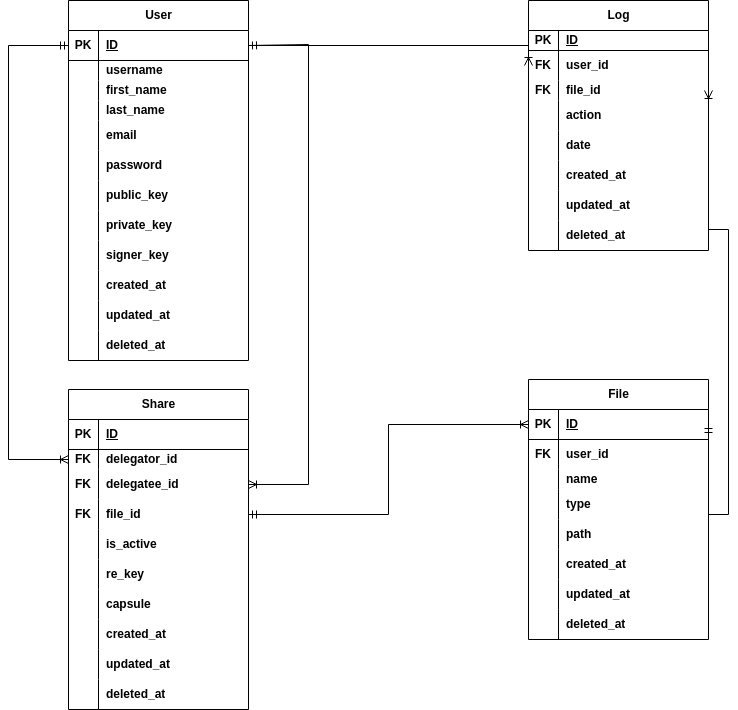
The draw.io diagram Figures/database.drawio.png in myagmartseren/pre_report, before a commit. Source tidied: cells renumbered, new cells last; positions are measured from the earlier drawing's top-left corner, leaving out a move shared by most shapes.
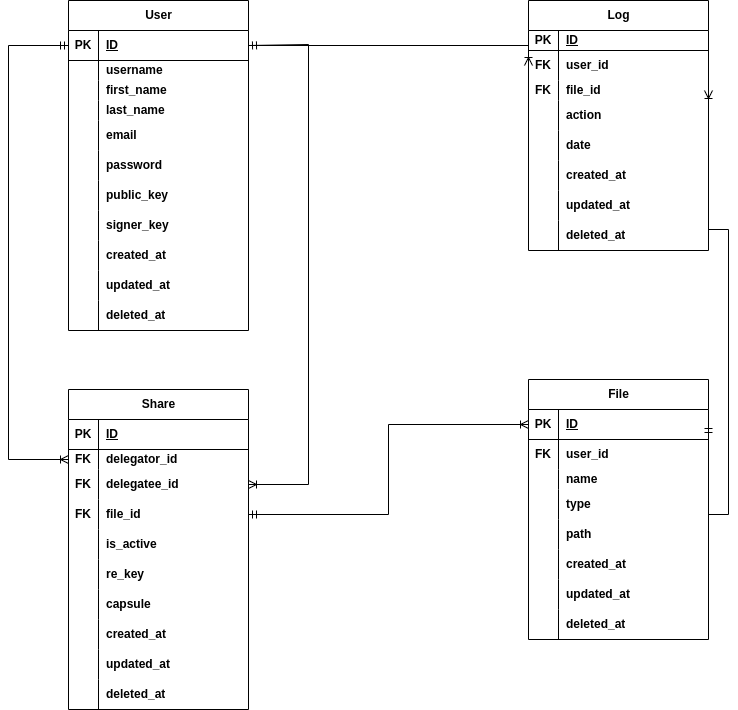
The same diagram one commit later.

Diff of the diagram source:
```diff
@@ -171,7 +171,7 @@
       <mxGeometry x="30" width="150" height="30" as="geometry" />
     </mxCell>
     <mxCell id="58" value="&lt;b&gt;User&lt;/b&gt;" style="shape=table;startSize=30;rowLines=0;fontStyle=0;align=center;html=1;" parent="1" vertex="1">
-      <mxGeometry x="60" width="180" height="360" as="geometry" />
+      <mxGeometry x="60" width="180" height="330" as="geometry" />
     </mxCell>
     <mxCell id="59" style="shape=tableRow;horizontal=0;startSize=0;swimlaneHead=0;swimlaneBody=0;fillColor=none;points=[[0,0.5],[1,0.5]];portConstraint=eastwest;top=0;left=0;right=0;bottom=1;" parent="58" vertex="1">
       <mxGeometry y="30" width="180" height="30" as="geometry" />
@@ -236,17 +236,8 @@
     <mxCell id="79" value="&lt;b&gt;public_key&lt;/b&gt;" style="shape=partialRectangle;fillColor=none;top=0;left=0;bottom=0;right=0;align=left;spacingLeft=6;overflow=hidden;whiteSpace=wrap;html=1;" parent="77" vertex="1">
       <mxGeometry x="30" width="150" height="30" as="geometry" />
     </mxCell>
-    <mxCell id="80" style="shape=tableRow;horizontal=0;startSize=0;swimlaneHead=0;swimlaneBody=0;fillColor=none;top=0;left=0;right=0;bottom=0;" parent="58" vertex="1">
-      <mxGeometry y="210" width="180" height="30" as="geometry" />
-    </mxCell>
-    <mxCell id="81" style="shape=partialRectangle;fillColor=none;top=0;left=0;bottom=0;right=0;overflow=hidden;whiteSpace=wrap;html=1;" parent="80" vertex="1">
-      <mxGeometry width="30" height="30" as="geometry" />
-    </mxCell>
-    <mxCell id="82" value="&lt;b&gt;private_key&lt;br&gt;&lt;/b&gt;" style="shape=partialRectangle;fillColor=none;top=0;left=0;bottom=0;right=0;align=left;spacingLeft=6;overflow=hidden;whiteSpace=wrap;html=1;" parent="80" vertex="1">
-      <mxGeometry x="30" width="150" height="30" as="geometry" />
-    </mxCell>
     <mxCell id="83" style="shape=tableRow;horizontal=0;startSize=0;swimlaneHead=0;swimlaneBody=0;fillColor=none;top=0;left=0;right=0;bottom=0;" parent="58" vertex="1">
-      <mxGeometry y="240" width="180" height="30" as="geometry" />
+      <mxGeometry y="210" width="180" height="30" as="geometry" />
     </mxCell>
     <mxCell id="84" style="shape=partialRectangle;fillColor=none;top=0;left=0;bottom=0;right=0;overflow=hidden;whiteSpace=wrap;html=1;" parent="83" vertex="1">
       <mxGeometry width="30" height="30" as="geometry" />
@@ -255,7 +246,7 @@
       <mxGeometry x="30" width="150" height="30" as="geometry" />
     </mxCell>
     <mxCell id="86" style="shape=tableRow;horizontal=0;startSize=0;swimlaneHead=0;swimlaneBody=0;fillColor=none;top=0;left=0;right=0;bottom=0;" parent="58" vertex="1">
-      <mxGeometry y="270" width="180" height="30" as="geometry" />
+      <mxGeometry y="240" width="180" height="30" as="geometry" />
     </mxCell>
     <mxCell id="87" style="shape=partialRectangle;fillColor=none;top=0;left=0;bottom=0;right=0;overflow=hidden;whiteSpace=wrap;html=1;" parent="86" vertex="1">
       <mxGeometry width="30" height="30" as="geometry" />
@@ -264,7 +255,7 @@
       <mxGeometry x="30" width="150" height="30" as="geometry" />
     </mxCell>
     <mxCell id="89" style="shape=tableRow;horizontal=0;startSize=0;swimlaneHead=0;swimlaneBody=0;fillColor=none;top=0;left=0;right=0;bottom=0;" parent="58" vertex="1">
-      <mxGeometry y="300" width="180" height="30" as="geometry" />
+      <mxGeometry y="270" width="180" height="30" as="geometry" />
     </mxCell>
     <mxCell id="90" style="shape=partialRectangle;fillColor=none;top=0;left=0;bottom=0;right=0;overflow=hidden;whiteSpace=wrap;html=1;" parent="89" vertex="1">
       <mxGeometry width="30" height="30" as="geometry" />
@@ -273,7 +264,7 @@
       <mxGeometry x="30" width="150" height="30" as="geometry" />
     </mxCell>
     <mxCell id="92" style="shape=tableRow;horizontal=0;startSize=0;swimlaneHead=0;swimlaneBody=0;fillColor=none;top=0;left=0;right=0;bottom=0;" parent="58" vertex="1">
-      <mxGeometry y="330" width="180" height="30" as="geometry" />
+      <mxGeometry y="300" width="180" height="30" as="geometry" />
     </mxCell>
     <mxCell id="93" style="shape=partialRectangle;fillColor=none;top=0;left=0;bottom=0;right=0;overflow=hidden;whiteSpace=wrap;html=1;" parent="92" vertex="1">
       <mxGeometry width="30" height="30" as="geometry" />
```
